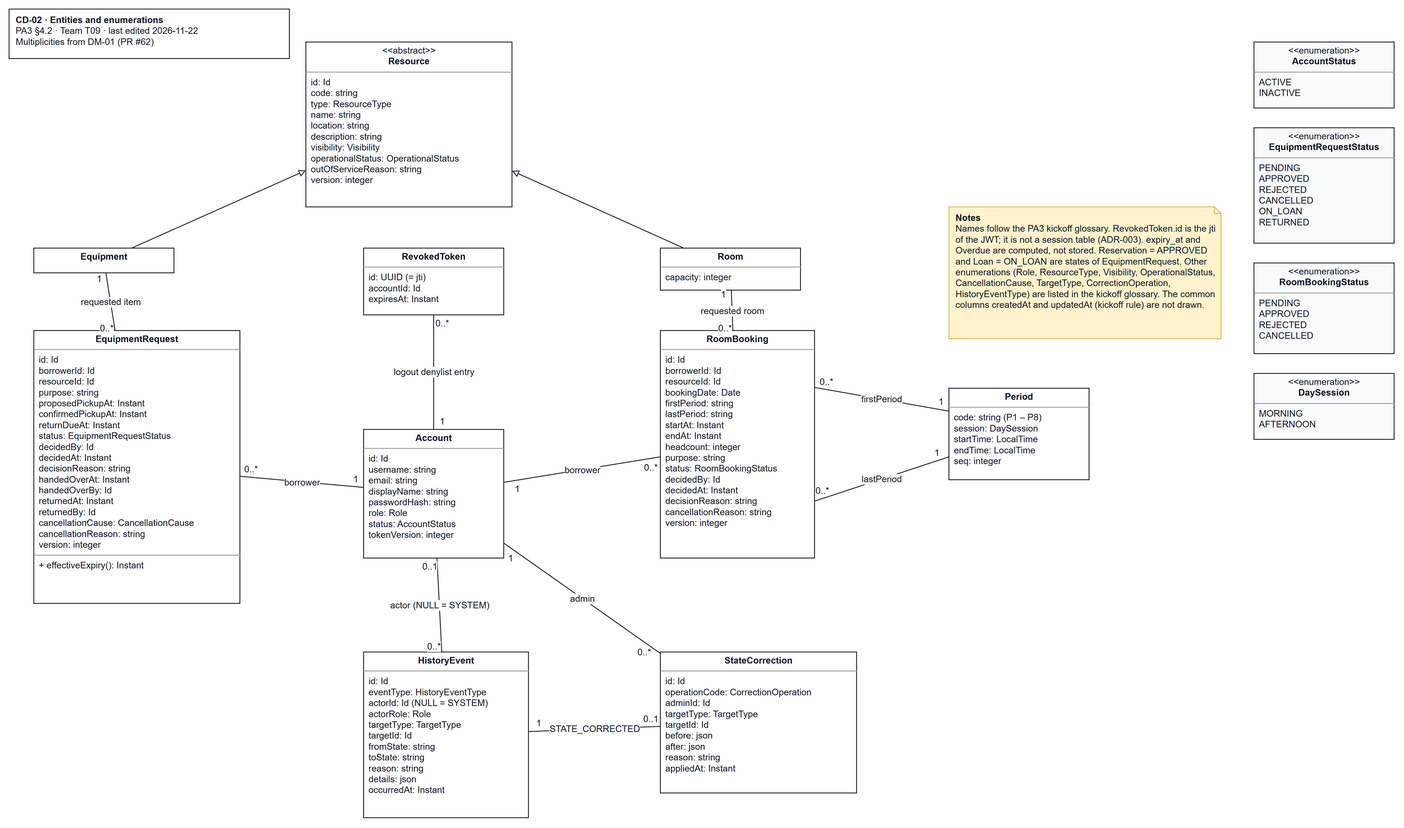
Earlier version of the draw.io export docs/design/diagrams/CD-02_entities.drawio.png (JuliaTrang/T09-CampusBorrow). Source tidied: cells renumbered, new cells last; positions are measured from the earlier drawing's top-left corner, leaving out a move shared by most shapes.
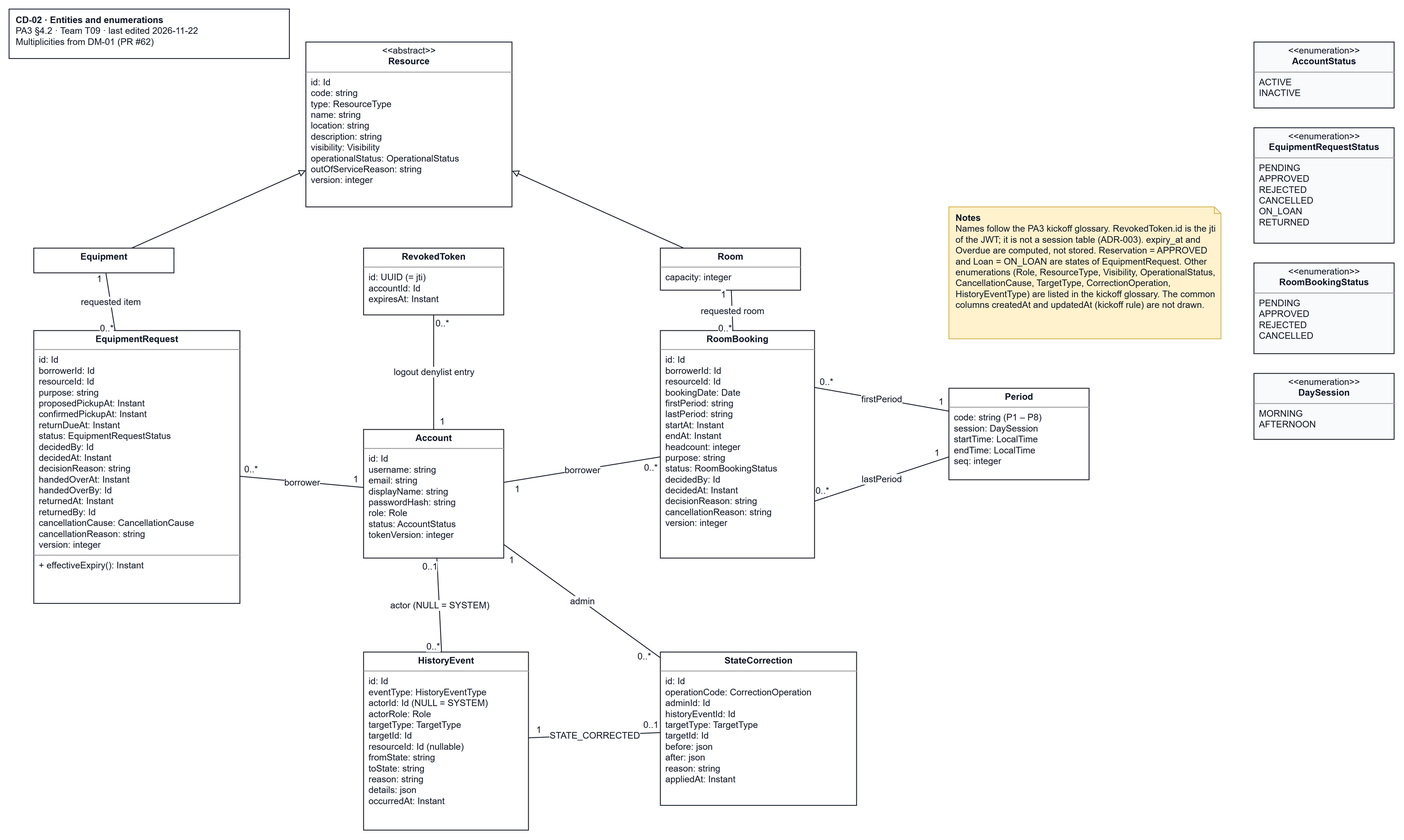
Later version of the same file.

Diff of the diagram source:
```diff
@@ -26,11 +26,11 @@
     <mxCell id="9" value="&lt;p style=&quot;margin:0px;margin-top:4px;text-align:center;&quot;&gt;&lt;b&gt;RoomBooking&lt;/b&gt;&lt;/p&gt;&lt;hr size=&quot;1&quot;/&gt;&lt;p style=&quot;margin:0px;margin-left:6px;&quot;&gt;id: Id&lt;br&gt;borrowerId: Id&lt;br&gt;resourceId: Id&lt;br&gt;bookingDate: Date&lt;br&gt;firstPeriod: string&lt;br&gt;lastPeriod: string&lt;br&gt;startAt: Instant&lt;br&gt;endAt: Instant&lt;br&gt;headcount: integer&lt;br&gt;purpose: string&lt;br&gt;status: RoomBookingStatus&lt;br&gt;decidedBy: Id&lt;br&gt;decidedAt: Instant&lt;br&gt;decisionReason: string&lt;br&gt;cancellationReason: string&lt;br&gt;version: integer&lt;/p&gt;" style="verticalAlign=top;align=left;overflow=fill;html=1;whiteSpace=wrap;rounded=0;strokeColor=#111827;fillColor=#ffffff;fontFamily=Arial;fontSize=11;fontColor=#111827;" parent="1" vertex="1">
       <mxGeometry x="790" y="390" width="187" height="276" as="geometry" />
     </mxCell>
-    <mxCell id="10" value="&lt;p style=&quot;margin:0px;margin-top:4px;text-align:center;&quot;&gt;&lt;b&gt;HistoryEvent&lt;/b&gt;&lt;/p&gt;&lt;hr size=&quot;1&quot;/&gt;&lt;p style=&quot;margin:0px;margin-left:6px;&quot;&gt;id: Id&lt;br&gt;eventType: HistoryEventType&lt;br&gt;actorId: Id  (NULL = SYSTEM)&lt;br&gt;actorRole: Role&lt;br&gt;targetType: TargetType&lt;br&gt;targetId: Id&lt;br&gt;fromState: string&lt;br&gt;toState: string&lt;br&gt;reason: string&lt;br&gt;details: json&lt;br&gt;occurredAt: Instant&lt;/p&gt;" style="verticalAlign=top;align=left;overflow=fill;html=1;whiteSpace=wrap;rounded=0;strokeColor=#111827;fillColor=#ffffff;fontFamily=Arial;fontSize=11;fontColor=#111827;" parent="1" vertex="1">
-      <mxGeometry x="430" y="780" width="200" height="201" as="geometry" />
+    <mxCell id="10" value="&lt;p style=&quot;margin:0px;margin-top:4px;text-align:center;&quot;&gt;&lt;b&gt;HistoryEvent&lt;/b&gt;&lt;/p&gt;&lt;hr size=&quot;1&quot;/&gt;&lt;p style=&quot;margin:0px;margin-left:6px;&quot;&gt;id: Id&lt;br&gt;eventType: HistoryEventType&lt;br&gt;actorId: Id  (NULL = SYSTEM)&lt;br&gt;actorRole: Role&lt;br&gt;targetType: TargetType&lt;br&gt;targetId: Id&lt;br&gt;resourceId: Id (nullable)&lt;br&gt;fromState: string&lt;br&gt;toState: string&lt;br&gt;reason: string&lt;br&gt;details: json&lt;br&gt;occurredAt: Instant&lt;/p&gt;" style="verticalAlign=top;align=left;overflow=fill;html=1;whiteSpace=wrap;rounded=0;strokeColor=#111827;fillColor=#ffffff;fontFamily=Arial;fontSize=11;fontColor=#111827;" parent="1" vertex="1">
+      <mxGeometry x="430" y="780" width="200" height="216" as="geometry" />
     </mxCell>
-    <mxCell id="11" value="&lt;p style=&quot;margin:0px;margin-top:4px;text-align:center;&quot;&gt;&lt;b&gt;StateCorrection&lt;/b&gt;&lt;/p&gt;&lt;hr size=&quot;1&quot;/&gt;&lt;p style=&quot;margin:0px;margin-left:6px;&quot;&gt;id: Id&lt;br&gt;operationCode: CorrectionOperation&lt;br&gt;adminId: Id&lt;br&gt;targetType: TargetType&lt;br&gt;targetId: Id&lt;br&gt;before: json&lt;br&gt;after: json&lt;br&gt;reason: string&lt;br&gt;appliedAt: Instant&lt;/p&gt;" style="verticalAlign=top;align=left;overflow=fill;html=1;whiteSpace=wrap;rounded=0;strokeColor=#111827;fillColor=#ffffff;fontFamily=Arial;fontSize=11;fontColor=#111827;" parent="1" vertex="1">
-      <mxGeometry x="790" y="780" width="238" height="171" as="geometry" />
+    <mxCell id="11" value="&lt;p style=&quot;margin:0px;margin-top:4px;text-align:center;&quot;&gt;&lt;b&gt;StateCorrection&lt;/b&gt;&lt;/p&gt;&lt;hr size=&quot;1&quot;/&gt;&lt;p style=&quot;margin:0px;margin-left:6px;&quot;&gt;id: Id&lt;br&gt;operationCode: CorrectionOperation&lt;br&gt;adminId: Id&lt;br&gt;historyEventId: Id&lt;br&gt;targetType: TargetType&lt;br&gt;targetId: Id&lt;br&gt;before: json&lt;br&gt;after: json&lt;br&gt;reason: string&lt;br&gt;appliedAt: Instant&lt;/p&gt;" style="verticalAlign=top;align=left;overflow=fill;html=1;whiteSpace=wrap;rounded=0;strokeColor=#111827;fillColor=#ffffff;fontFamily=Arial;fontSize=11;fontColor=#111827;" parent="1" vertex="1">
+      <mxGeometry x="790" y="780" width="238" height="186" as="geometry" />
     </mxCell>
     <mxCell id="12" value="&lt;p style=&quot;margin:0px;margin-top:4px;text-align:center;&quot;&gt;&lt;b&gt;Period&lt;/b&gt;&lt;/p&gt;&lt;hr size=&quot;1&quot;/&gt;&lt;p style=&quot;margin:0px;margin-left:6px;&quot;&gt;code: string  (P1 – P8)&lt;br&gt;session: DaySession&lt;br&gt;startTime: LocalTime&lt;br&gt;endTime: LocalTime&lt;br&gt;seq: integer&lt;/p&gt;" style="verticalAlign=top;align=left;overflow=fill;html=1;whiteSpace=wrap;rounded=0;strokeColor=#111827;fillColor=#ffffff;fontFamily=Arial;fontSize=11;fontColor=#111827;" parent="1" vertex="1">
       <mxGeometry x="1140" y="460" width="170" height="111" as="geometry" />
```
